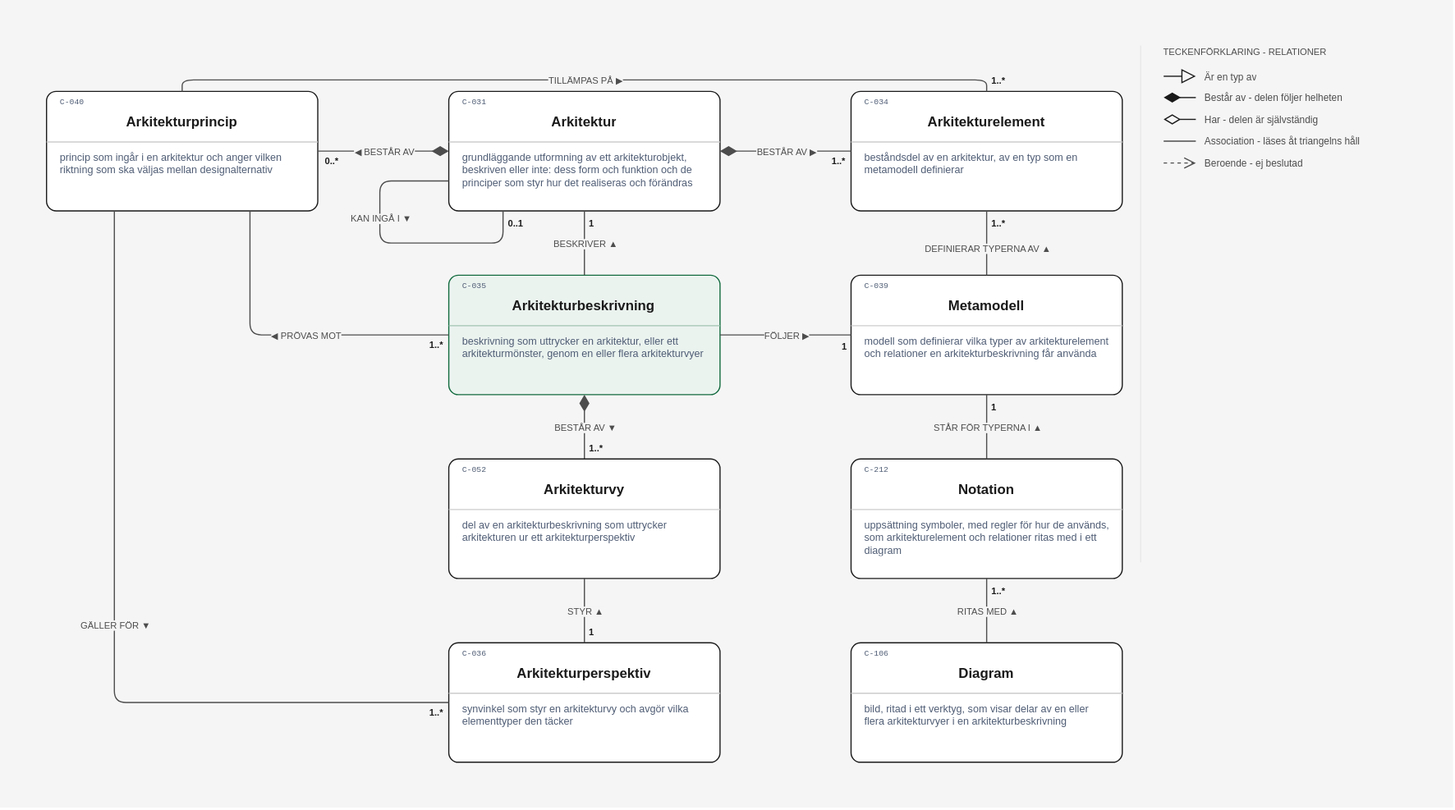
The draw.io diagram layout/Arkitektur/Arkitektur beskrivningens form.drawio.svg in nickdin/gestaltadet-katalog, before a commit. Source tidied: cells renumbered, new cells last; positions are measured from the earlier drawing's top-left corner, leaving out a move shared by most shapes.
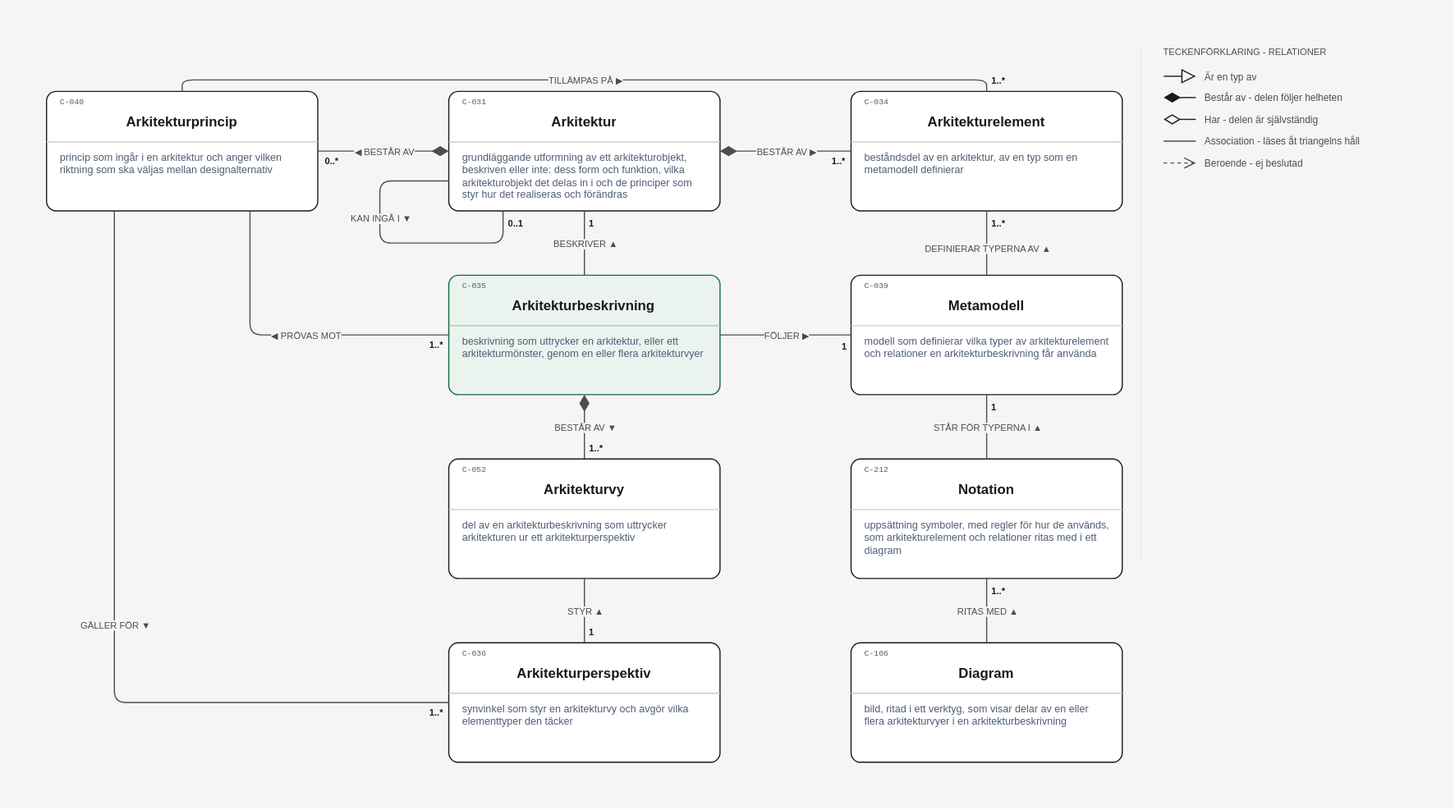
The same file after the commit.

Commit message:
Ritningen Arkitektur beskrivningens form: 1 definitionstext ändrad, Arkitektur (C-031), inga pilar ändrade, Ticket #183

Claude-Session: https://claude.ai/code/session_014hgawK7ATpaCj7Z6dFRSFg

Diff of the diagram source:
```diff
@@ -44,7 +44,7 @@
     <mxCell id="13" value="C-031" style="text;html=1;strokeColor=none;fillColor=none;align=left;verticalAlign=middle;whiteSpace=wrap;overflow=hidden;fontFamily=Courier New;fontSize=7;fontColor=#4f5d75;spacing=0;" parent="9" vertex="1">
       <mxGeometry x="12" y="5" width="60" height="10" as="geometry" />
     </mxCell>
-    <mxCell id="14" value="grundläggande utformning av ett arkitekturobjekt, beskriven eller inte: dess form och funktion och de principer som styr hur det realiseras och förändras" style="text;html=1;strokeColor=none;fillColor=none;align=left;verticalAlign=top;whiteSpace=wrap;overflow=hidden;fontFamily=Helvetica;fontSize=9;fontColor=#4f5d75;spacing=0;spacingTop=0;" parent="9" vertex="1">
+    <mxCell id="14" value="grundläggande utformning av ett arkitekturobjekt, beskriven eller inte: dess form och funktion, vilka arkitekturobjekt det delas in i och de principer som styr hur det realiseras och förändras" style="text;html=1;strokeColor=none;fillColor=none;align=left;verticalAlign=top;whiteSpace=wrap;overflow=hidden;fontFamily=Helvetica;fontSize=9;fontColor=#4f5d75;spacing=0;spacingTop=0;" parent="9" vertex="1">
       <mxGeometry x="12" y="48" width="212" height="48" as="geometry" />
     </mxCell>
     <mxCell id="15" style="group;" parent="1" vertex="1">
```
